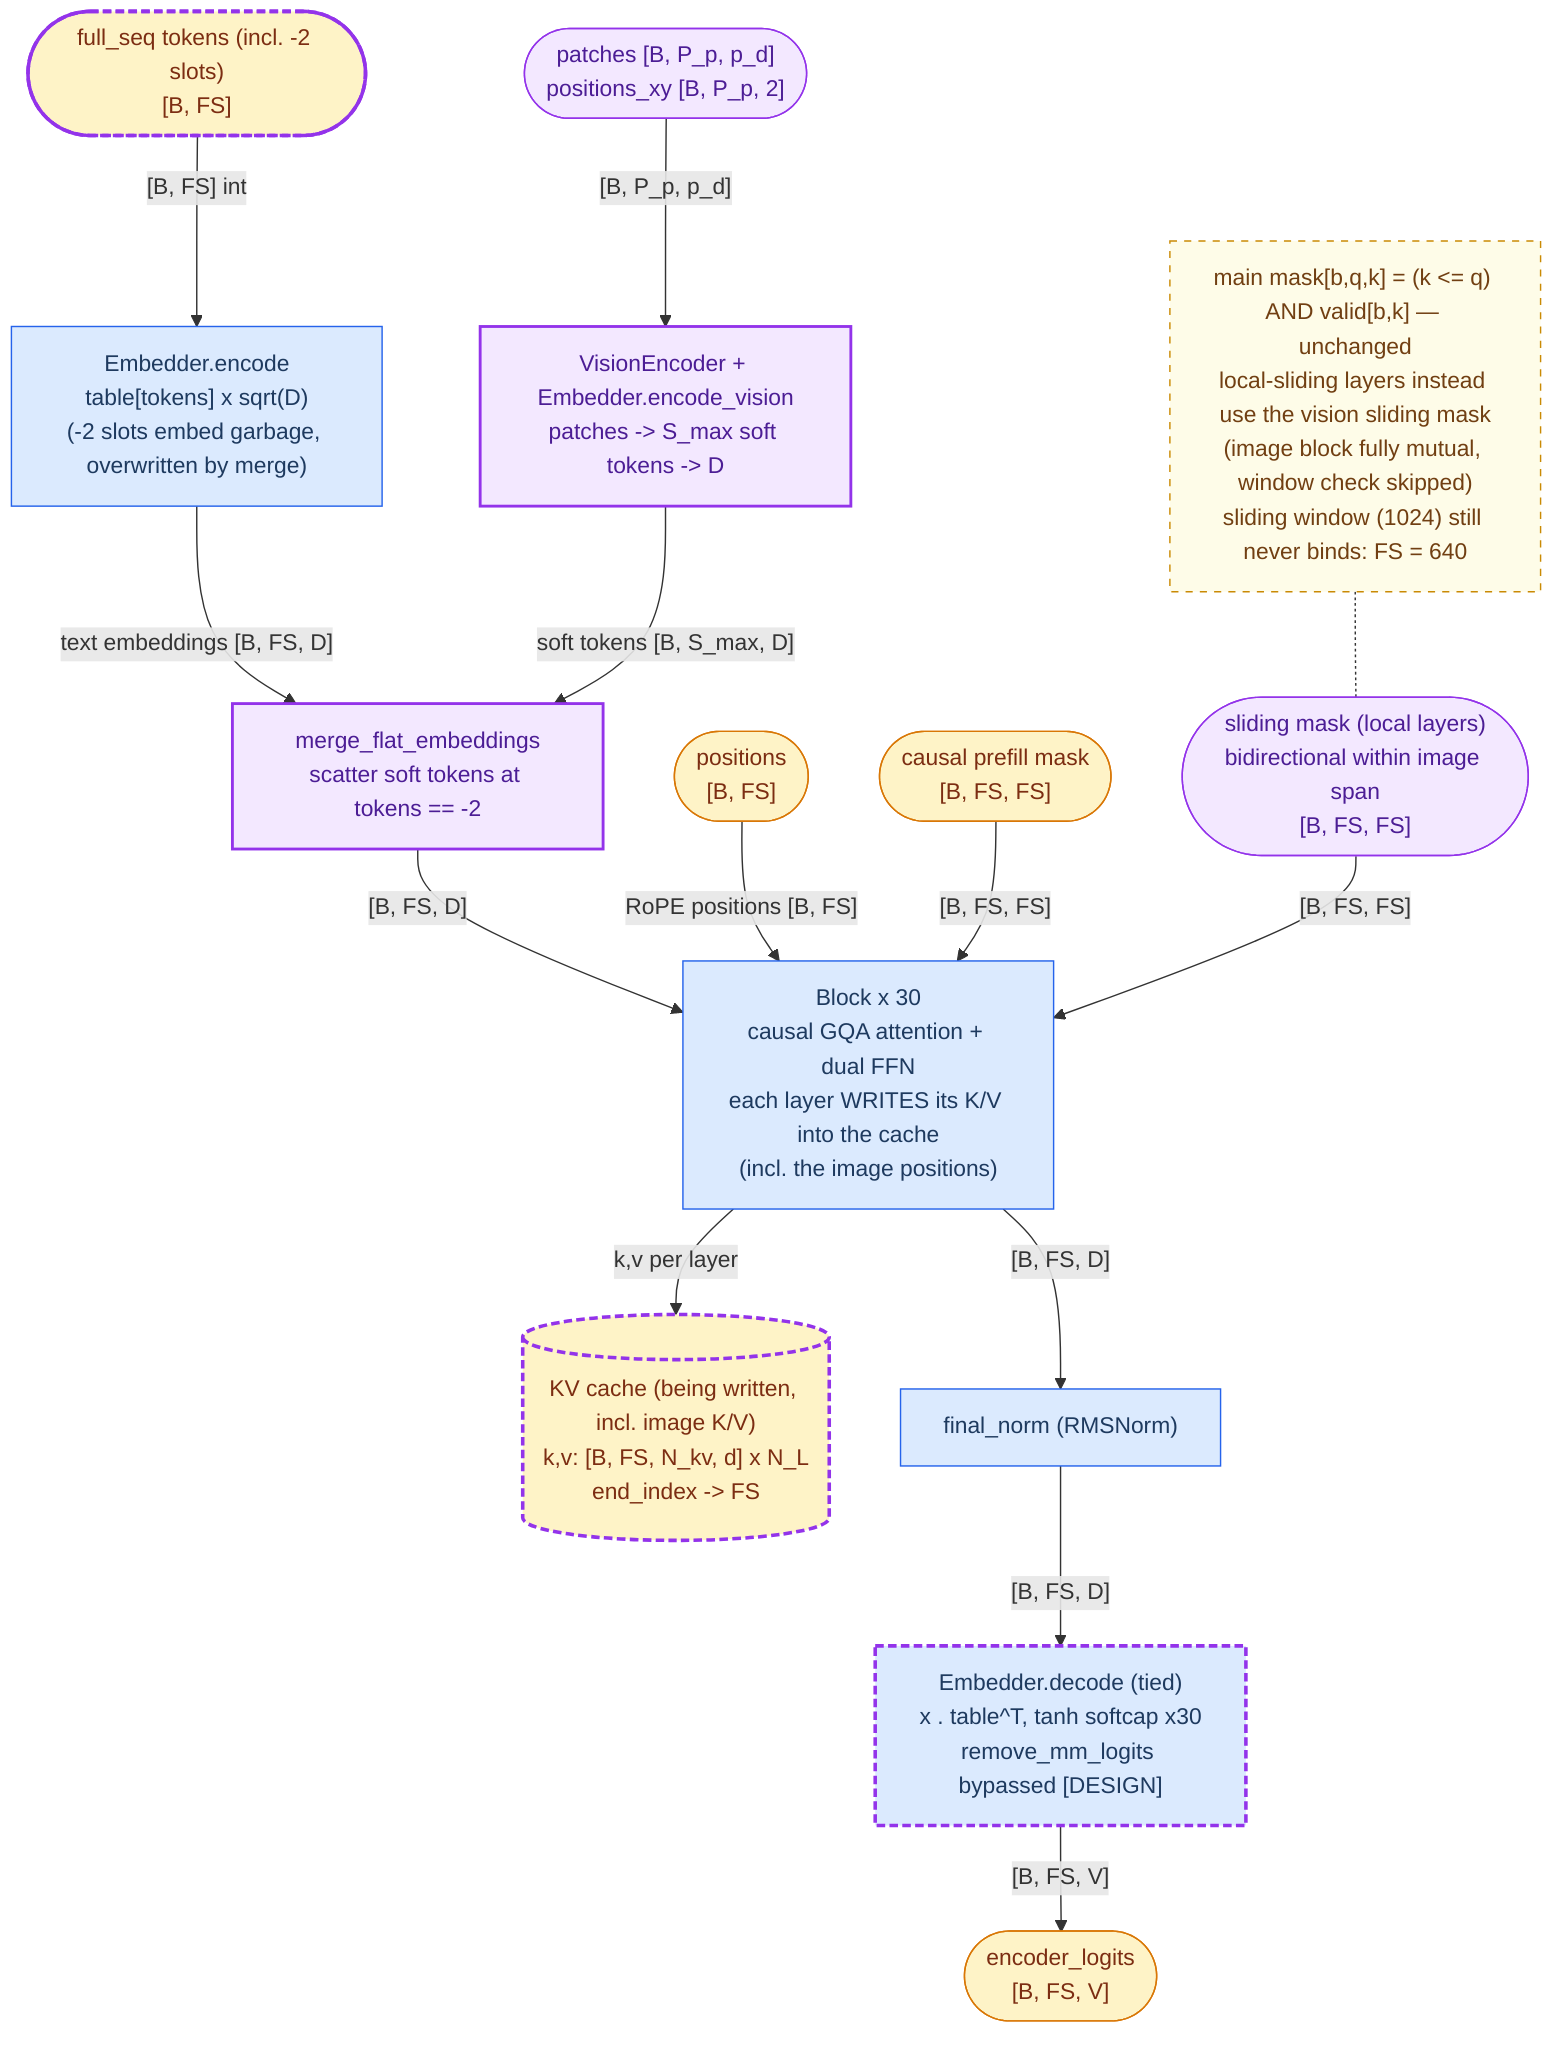
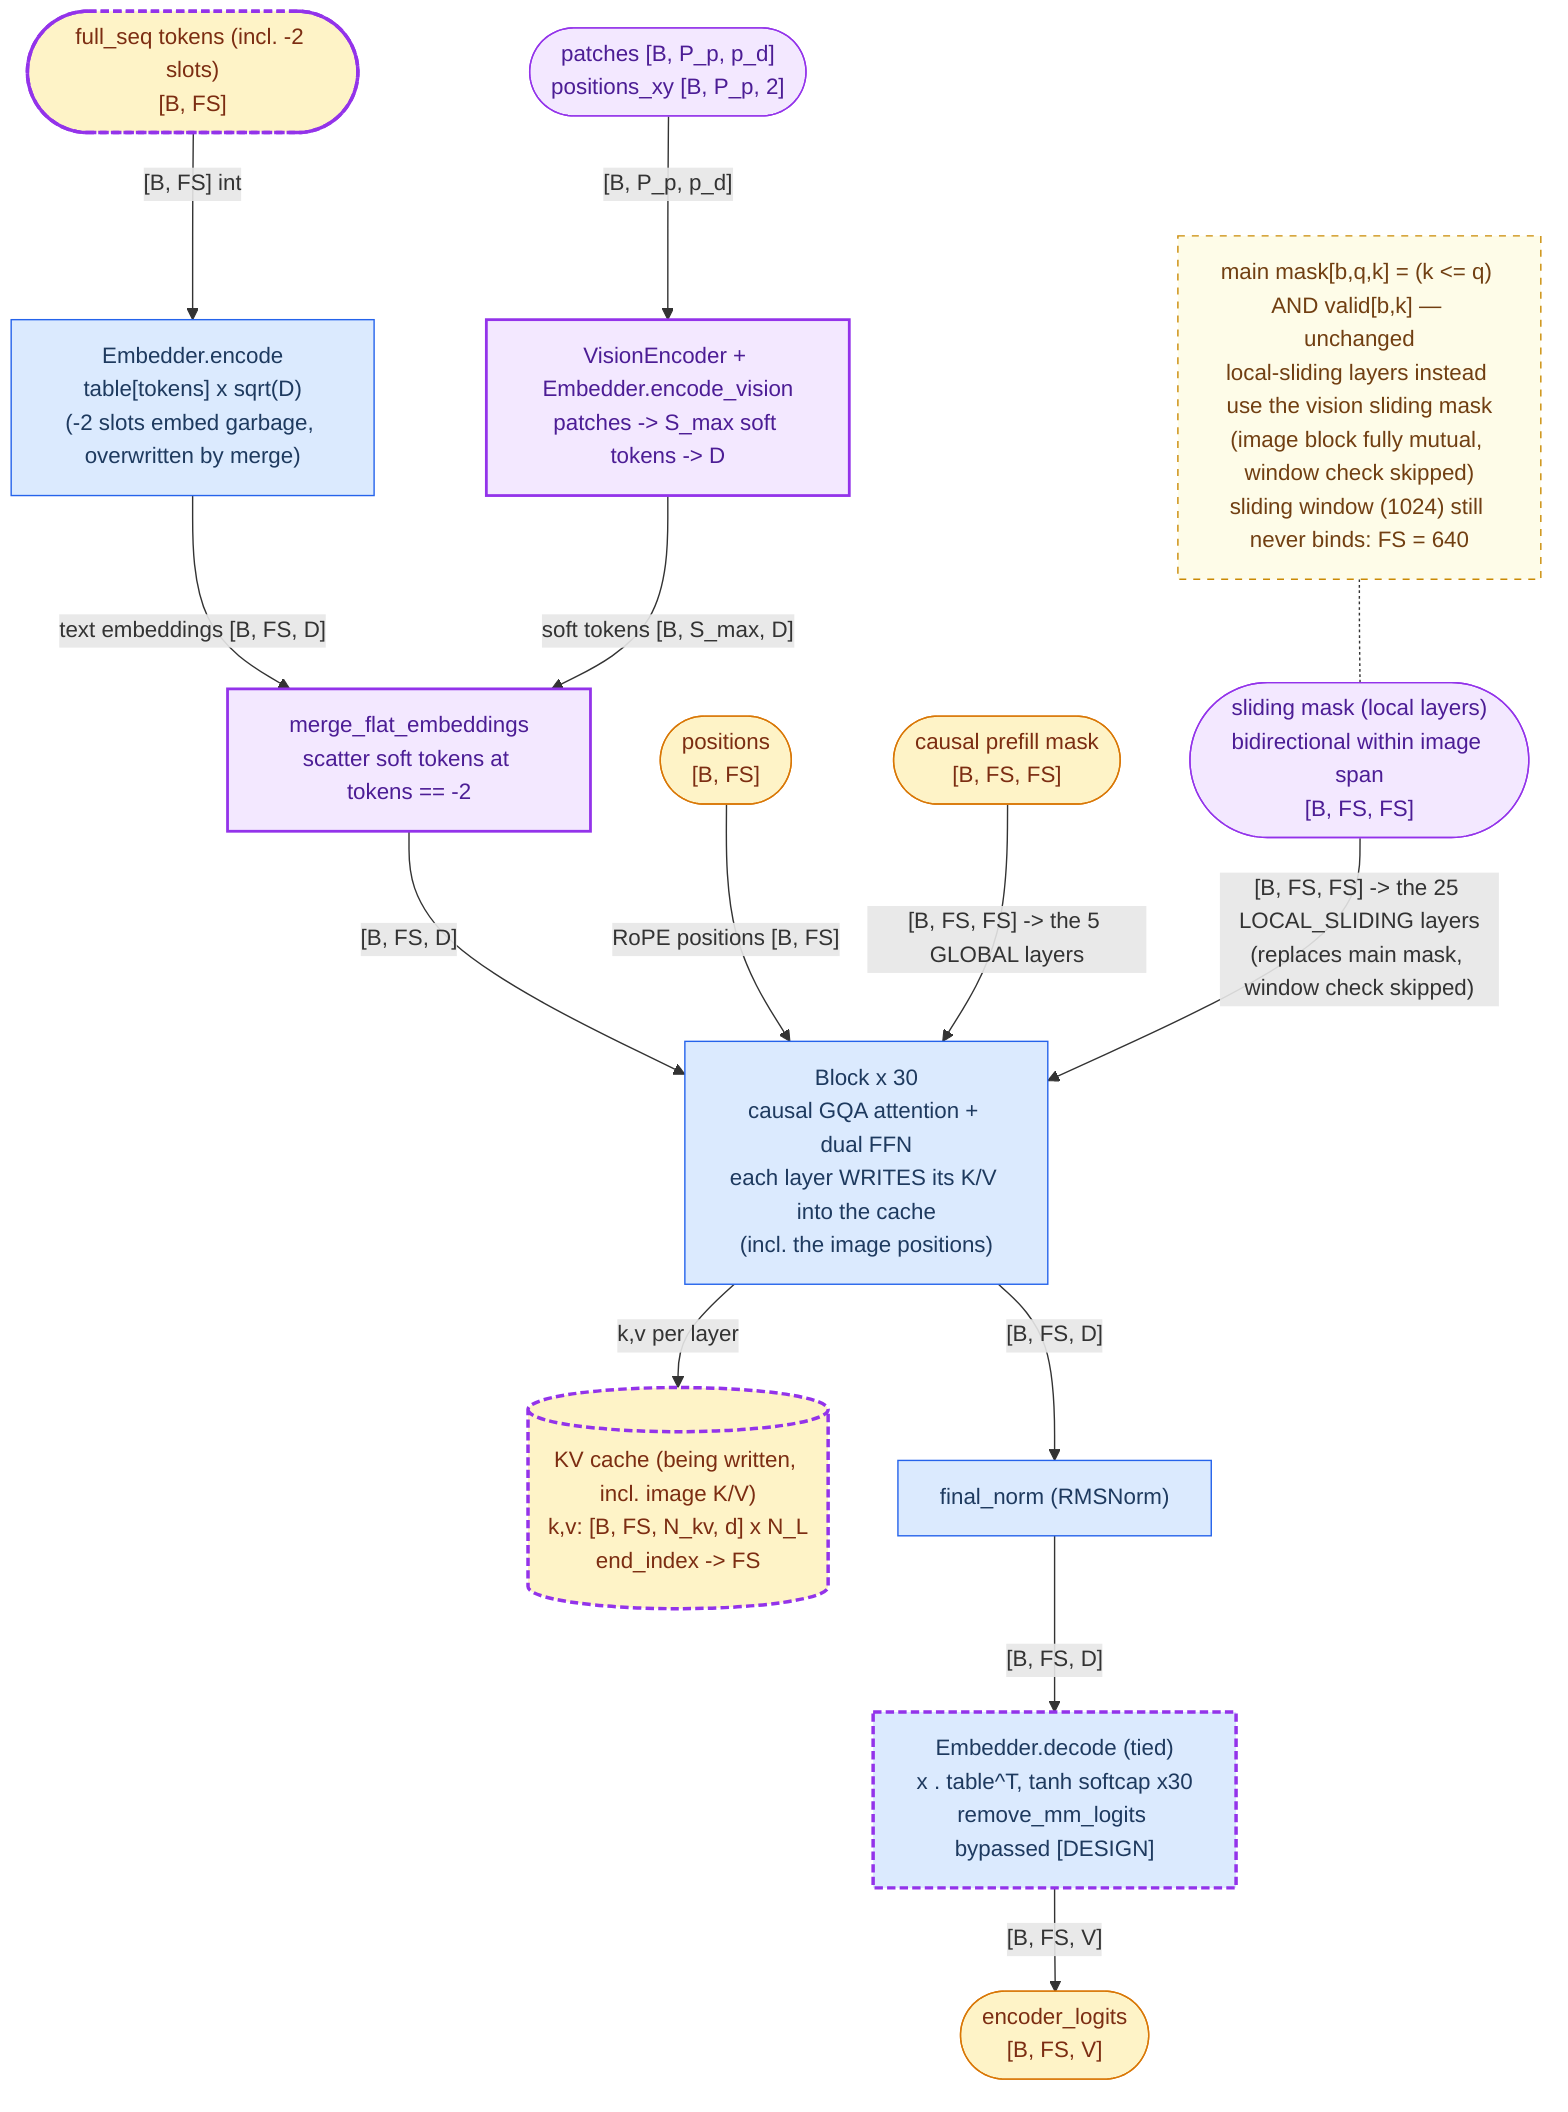
%% L3 — encoder_call: causal Transformer.__call__ as used inside
%% sft_encode (hd_gemma_network.py:153-184 -> gemma4/_transformer.py).
%% No SelfConditioning on this path. MODIFIED for vision: the tower runs
%% here, soft tokens merged at -2 slots, sliding bidir-in-image mask.
flowchart TB
    full(["full_seq tokens (incl. -2 slots)<br/>[B, FS]"]):::modtensor
    imgs(["patches [B, P_p, p_d]<br/>positions_xy [B, P_p, 2]"]):::newtensor
    pos(["positions<br/>[B, FS]"]):::tensor
    amask(["causal prefill mask<br/>[B, FS, FS]"]):::tensor
    smask(["sliding mask (local layers)<br/>bidirectional within image span<br/>[B, FS, FS]"]):::newtensor
    MNOTE["main mask[b,q,k] = (k &lt;= q) AND valid[b,k] — unchanged<br/>local-sliding layers instead use the vision sliding mask<br/>(image block fully mutual, window check skipped)<br/>sliding window (1024) still never binds: FS = 640"]:::note
    EMB["Embedder.encode<br/>table[tokens] x sqrt(D)<br/>(-2 slots embed garbage, overwritten by merge)"]:::module
    VENC["VisionEncoder + Embedder.encode_vision<br/>patches -> S_max soft tokens -> D"]:::newmod
    MERGE["merge_flat_embeddings<br/>scatter soft tokens at tokens == -2"]:::newmod
    BLOCKS["Block x 30<br/>causal GQA attention + dual FFN<br/>each layer WRITES its K/V into the cache<br/>(incl. the image positions)"]:::module
    kv[("KV cache (being written, incl. image K/V)<br/>k,v: [B, FS, N_kv, d] x N_L<br/>end_index -> FS")]:::modtensor
    FN["final_norm (RMSNorm)"]:::module
    DEC["Embedder.decode (tied)<br/>x . table^T, tanh softcap x30<br/>remove_mm_logits bypassed [DESIGN]"]:::modmod
    elog(["encoder_logits<br/>[B, FS, V]"]):::tensor
    full -- "[B, FS] int" --> EMB
    imgs -- "[B, P_p, p_d]" --> VENC
    EMB -- "text embeddings [B, FS, D]" --> MERGE
    VENC -- "soft tokens [B, S_max, D]" --> MERGE
    MERGE -- "[B, FS, D]" --> BLOCKS
    pos -- "RoPE positions [B, FS]" --> BLOCKS
-     amask -- "[B, FS, FS]" --> BLOCKS
-     smask -- "[B, FS, FS]" --> BLOCKS
+     amask -- "[B, FS, FS] -> the 5 GLOBAL layers" --> BLOCKS
+     smask -- "[B, FS, FS] -> the 25 LOCAL_SLIDING layers<br/>(replaces main mask, window check skipped)" --> BLOCKS
    MNOTE -.- smask
    BLOCKS -- "k,v per layer" --> kv
    BLOCKS -- "[B, FS, D]" --> FN
    FN -- "[B, FS, D]" --> DEC
    DEC -- "[B, FS, V]" --> elog
    classDef module fill:#dbeafe,stroke:#2563eb,color:#1e3a5f
    classDef tensor fill:#fef3c7,stroke:#d97706,color:#7c2d12
    classDef note fill:#fefce8,stroke:#ca8a04,color:#713f12,stroke-dasharray:5 5
    classDef newmod fill:#f3e8ff,stroke:#9333ea,stroke-width:2px,color:#4c1d95
    classDef newtensor fill:#f3e8ff,stroke:#9333ea,color:#4c1d95
    classDef modmod fill:#dbeafe,stroke:#9333ea,stroke-width:2.5px,stroke-dasharray:6 3,color:#1e3a5f
    classDef modtensor fill:#fef3c7,stroke:#9333ea,stroke-width:2.5px,stroke-dasharray:6 3,color:#7c2d12
